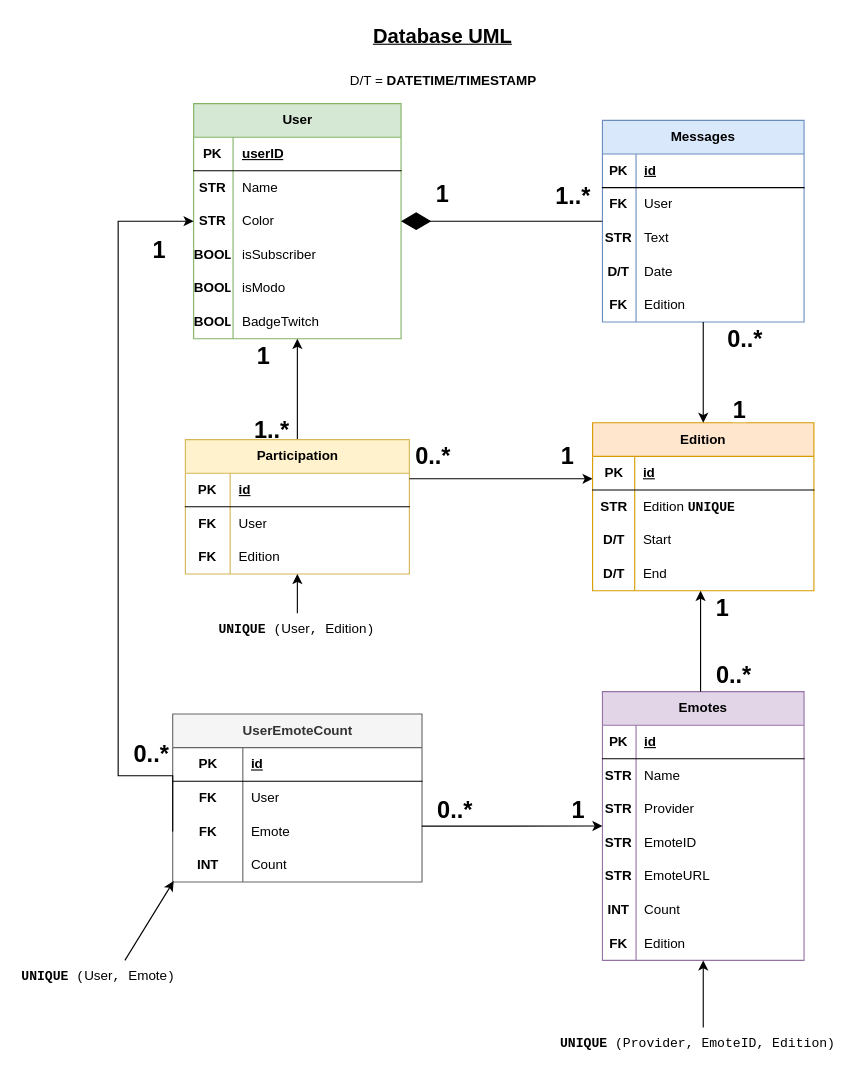
Galadou/SpeedonsStatsV3 keeps this draw.io diagram as schema/drawio/DB.drawio. Above is the earlier version. Source tidied: cells renumbered, new cells numbered last; positions are measured from the earlier drawing's top-left corner, leaving out a move shared by most shapes. Both pictures are drawn from the tidied source at 112%, with x=0, y=0 at pixel (19, 19).
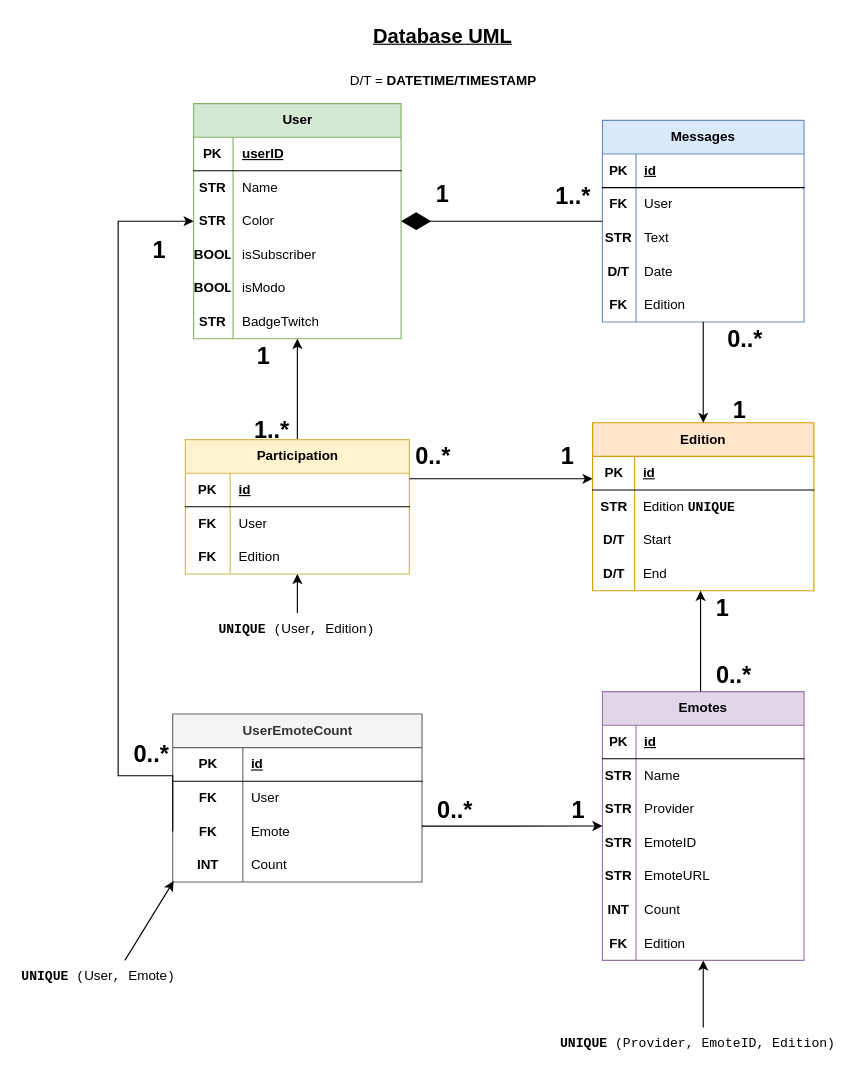
After the change.

The change refers to these unchanged cells:
```xml
<mxCell id="56" style="shape=tableRow;horizontal=0;startSize=0;swimlaneHead=0;swimlaneBody=0;fillColor=none;top=0;left=0;right=0;bottom=0;" parent="40" vertex="1">
  <mxGeometry y="180" width="185.2" height="30" as="geometry" />
</mxCell>
```

Diff of the diagram source:
```diff
@@
-    <mxCell id="57" value="&lt;b&gt;BOOL&lt;/b&gt;" style="shape=partialRectangle;fillColor=none;top=0;left=0;bottom=0;right=0;overflow=hidden;whiteSpace=wrap;html=1;" parent="56" vertex="1">
+    <mxCell id="57" value="&lt;b&gt;STR&lt;/b&gt;" style="shape=partialRectangle;fillColor=none;top=0;left=0;bottom=0;right=0;overflow=hidden;whiteSpace=wrap;html=1;" parent="56" vertex="1">
       <mxGeometry width="35.2" height="30" as="geometry" />
     </mxCell>
```
